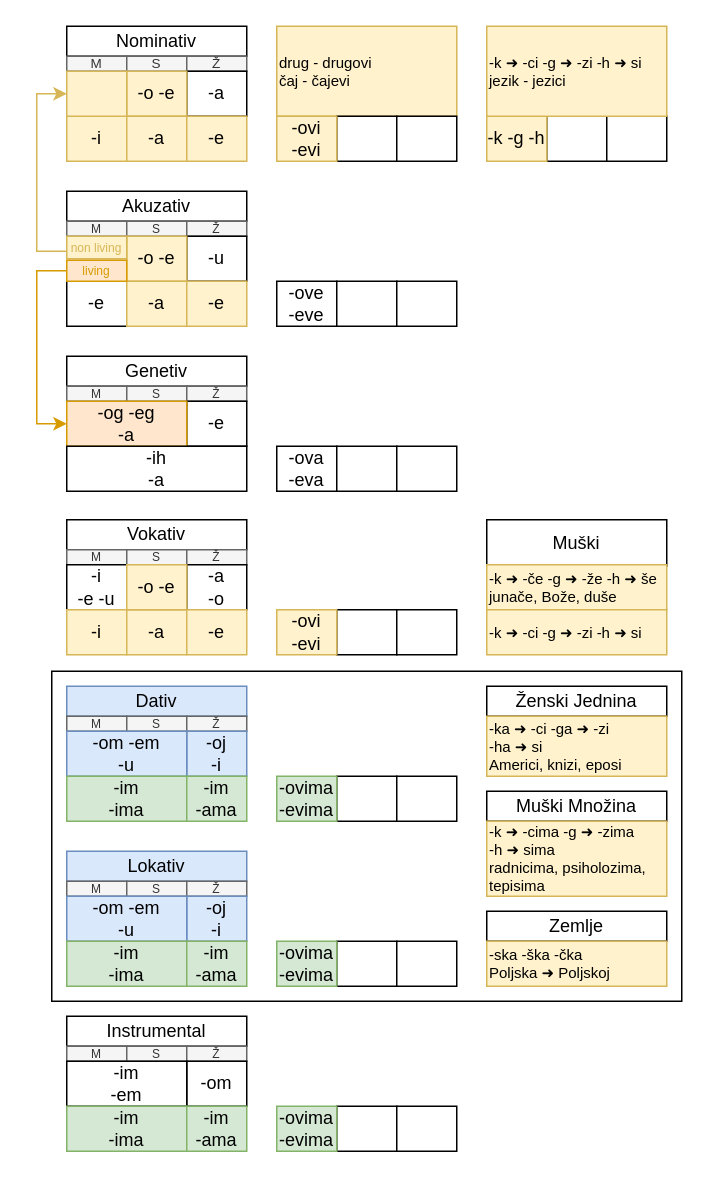
vlandivir/srpski keeps this draw.io diagram as padezi.drawio. Above is the earlier version. Source tidied: cells renumbered, new cells numbered last; positions are measured from the earlier drawing's top-left corner, leaving out a move shared by most shapes. Both pictures are drawn from the tidied source at 150%, with x=0, y=0 at pixel (36, 26).
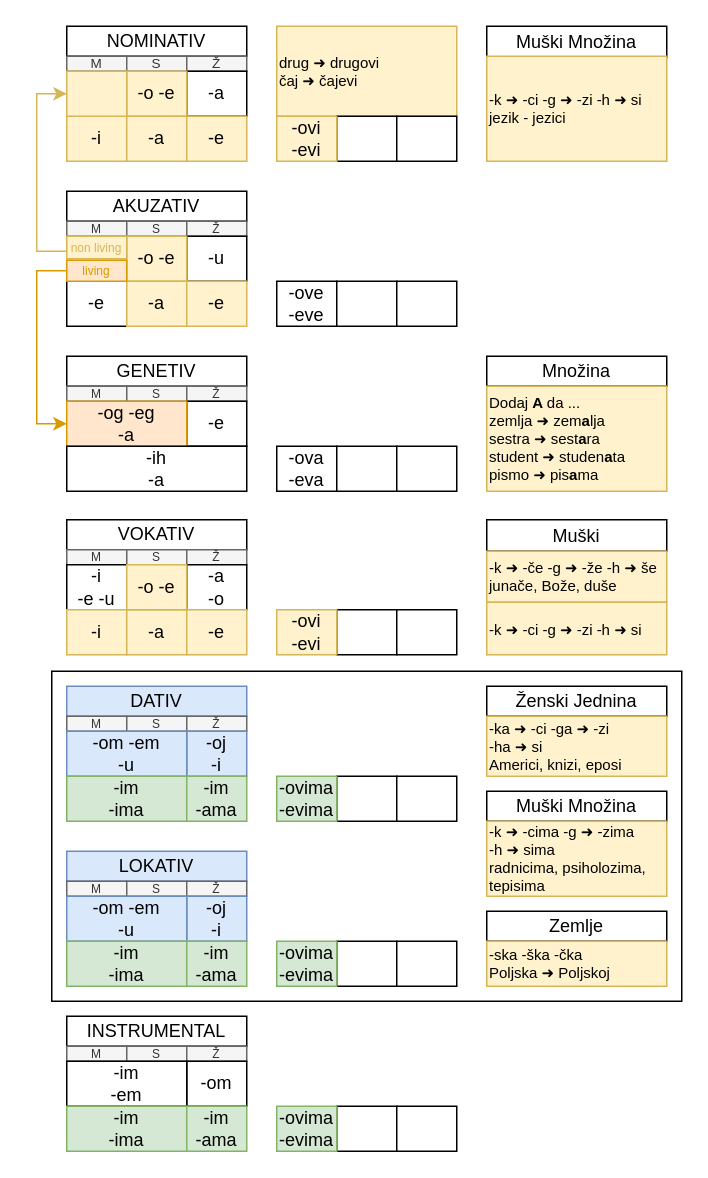
Above is the later version.

Commit message:
Još malo o padezima

The edit, as a diff of the source:
```diff
@@
+    <mxCell id="103" value="Muški Množina" style="rounded=0;whiteSpace=wrap;html=1;" parent="1" vertex="1">
+      <mxGeometry x="300" width="120" height="21" as="geometry" />
+    </mxCell>
@@
     <mxCell id="3" value="Muški" style="rounded=0;whiteSpace=wrap;html=1;" parent="1" vertex="1">
-      <mxGeometry x="300" y="329" width="120" height="31" as="geometry" />
+      <mxGeometry x="300" y="329" width="120" height="21" as="geometry" />
     </mxCell>
-    <mxCell id="4" value="drug - drugovi&lt;br style=&quot;font-size: 10px;&quot;&gt;čaj - čajevi" style="rounded=0;whiteSpace=wrap;html=1;align=left;fillColor=#fff2cc;strokeColor=#d6b656;fontSize=10;" parent="1" vertex="1">
+    <mxCell id="4" value="drug ➜ drugovi&lt;br&gt;čaj ➜ čajevi" style="rounded=0;whiteSpace=wrap;html=1;align=left;fillColor=#fff2cc;strokeColor=#d6b656;fontSize=10;" parent="1" vertex="1">
       <mxGeometry x="160" width="120" height="60" as="geometry" />
     </mxCell>
-    <mxCell id="5" value="Nominativ" style="rounded=0;whiteSpace=wrap;html=1;" parent="1" vertex="1">
+    <mxCell id="5" value="NOMINATIV" style="rounded=0;whiteSpace=wrap;html=1;" parent="1" vertex="1">
       <mxGeometry x="20" width="120" height="20" as="geometry" />
     </mxCell>
@@
-    <mxCell id="15" value="Akuzativ" style="rounded=0;whiteSpace=wrap;html=1;" parent="1" vertex="1">
+    <mxCell id="15" value="AKUZATIV" style="rounded=0;whiteSpace=wrap;html=1;" parent="1" vertex="1">
       <mxGeometry x="20" y="110" width="120" height="20" as="geometry" />
     </mxCell>
@@
-    <mxCell id="25" value="Genetiv" style="rounded=0;whiteSpace=wrap;html=1;" parent="1" vertex="1">
+    <mxCell id="25" value="GENETIV" style="rounded=0;whiteSpace=wrap;html=1;" parent="1" vertex="1">
       <mxGeometry x="20" y="220" width="120" height="20" as="geometry" />
     </mxCell>
@@
-    <mxCell id="35" value="Dativ" style="rounded=0;whiteSpace=wrap;html=1;fillColor=#dae8fc;strokeColor=#6c8ebf;" parent="1" vertex="1">
+    <mxCell id="35" value="DATIV" style="rounded=0;whiteSpace=wrap;html=1;fillColor=#dae8fc;strokeColor=#6c8ebf;" parent="1" vertex="1">
       <mxGeometry x="20" y="440" width="120" height="20" as="geometry" />
     </mxCell>
@@
-    <mxCell id="43" value="Lokativ" style="rounded=0;whiteSpace=wrap;html=1;fillColor=#dae8fc;strokeColor=#6c8ebf;" parent="1" vertex="1">
+    <mxCell id="43" value="LOKATIV" style="rounded=0;whiteSpace=wrap;html=1;fillColor=#dae8fc;strokeColor=#6c8ebf;" parent="1" vertex="1">
       <mxGeometry x="20" y="550" width="120" height="20" as="geometry" />
     </mxCell>
@@
-    <mxCell id="51" value="Instrumental" style="rounded=0;whiteSpace=wrap;html=1;" parent="1" vertex="1">
+    <mxCell id="51" value="INSTRUMENTAL" style="rounded=0;whiteSpace=wrap;html=1;" parent="1" vertex="1">
       <mxGeometry x="20" y="660" width="120" height="20" as="geometry" />
     </mxCell>
@@
-    <mxCell id="59" value="Vokativ" style="rounded=0;whiteSpace=wrap;html=1;" parent="1" vertex="1">
+    <mxCell id="59" value="VOKATIV" style="rounded=0;whiteSpace=wrap;html=1;" parent="1" vertex="1">
       <mxGeometry x="20" y="329" width="120" height="20" as="geometry" />
     </mxCell>
@@
-    <mxCell id="90" style="rounded=0;whiteSpace=wrap;html=1;" parent="1" vertex="1">
-      <mxGeometry x="340" y="60" width="40" height="30" as="geometry" />
-    </mxCell>
-    <mxCell id="91" style="edgeStyle=orthogonalEdgeStyle;rounded=0;jettySize=auto;html=1;" parent="1" edge="1" source="92" target="94">
-      <mxGeometry relative="1" as="geometry" />
-    </mxCell>
-    <mxCell id="92" style="rounded=0;whiteSpace=wrap;html=1;" parent="1" vertex="1">
-      <mxGeometry x="380" y="60" width="40" height="30" as="geometry" />
-    </mxCell>
-    <mxCell id="93" value="-k -g -h" style="rounded=0;whiteSpace=wrap;html=1;fillColor=#fff2cc;strokeColor=#d6b656;" parent="1" vertex="1">
-      <mxGeometry x="300" y="60" width="40" height="30" as="geometry" />
-    </mxCell>
     <mxCell id="94" value="-k&amp;nbsp;➜ -ci -g&amp;nbsp;➜ -zi -h&amp;nbsp;➜ si&lt;br style=&quot;font-size: 10px;&quot;&gt;jezik - jezici" style="rounded=0;whiteSpace=wrap;html=1;align=left;fillColor=#fff2cc;strokeColor=#d6b656;fontSize=10;" parent="1" vertex="1">
-      <mxGeometry x="300" width="120" height="60" as="geometry" />
+      <mxGeometry x="300" y="20" width="120" height="70" as="geometry" />
     </mxCell>
     <mxCell id="95" value="-k&amp;nbsp;➜ -če -g&amp;nbsp;➜ -že -h&amp;nbsp;➜ še&lt;br&gt;junače, Bože, duše" style="rounded=0;whiteSpace=wrap;html=1;align=left;fillColor=#fff2cc;strokeColor=#d6b656;fontSize=10;" parent="1" vertex="1">
-      <mxGeometry x="300" y="359" width="120" height="30" as="geometry" />
+      <mxGeometry x="300" y="350" width="120" height="34" as="geometry" />
     </mxCell>
     <mxCell id="96" value="-k&amp;nbsp;➜ -ci -g&amp;nbsp;➜ -zi -h&amp;nbsp;➜ si&lt;br style=&quot;font-size: 10px;&quot;&gt;" style="rounded=0;whiteSpace=wrap;html=1;align=left;fillColor=#fff2cc;strokeColor=#d6b656;fontSize=10;" parent="1" vertex="1">
-      <mxGeometry x="300" y="389" width="120" height="30" as="geometry" />
+      <mxGeometry x="300" y="384" width="120" height="35" as="geometry" />
     </mxCell>
@@
+    <mxCell id="104" value="Množina" style="rounded=0;whiteSpace=wrap;html=1;" parent="1" vertex="1">
+      <mxGeometry x="300" y="220" width="120" height="20" as="geometry" />
+    </mxCell>
+    <mxCell id="105" value="Dodaj &lt;b&gt;A &lt;/b&gt;da ...&lt;br&gt;zemlja ➜ zem&lt;b&gt;a&lt;/b&gt;lja&lt;br&gt;sestra ➜ sest&lt;b&gt;a&lt;/b&gt;ra&lt;br&gt;student ➜ studen&lt;b&gt;a&lt;/b&gt;ta&lt;br&gt;pismo ➜ pis&lt;b&gt;a&lt;/b&gt;ma" style="rounded=0;whiteSpace=wrap;html=1;align=left;fillColor=#fff2cc;strokeColor=#d6b656;fontSize=10;" parent="1" vertex="1">
+      <mxGeometry x="300" y="240" width="120" height="70" as="geometry" />
+    </mxCell>
```
